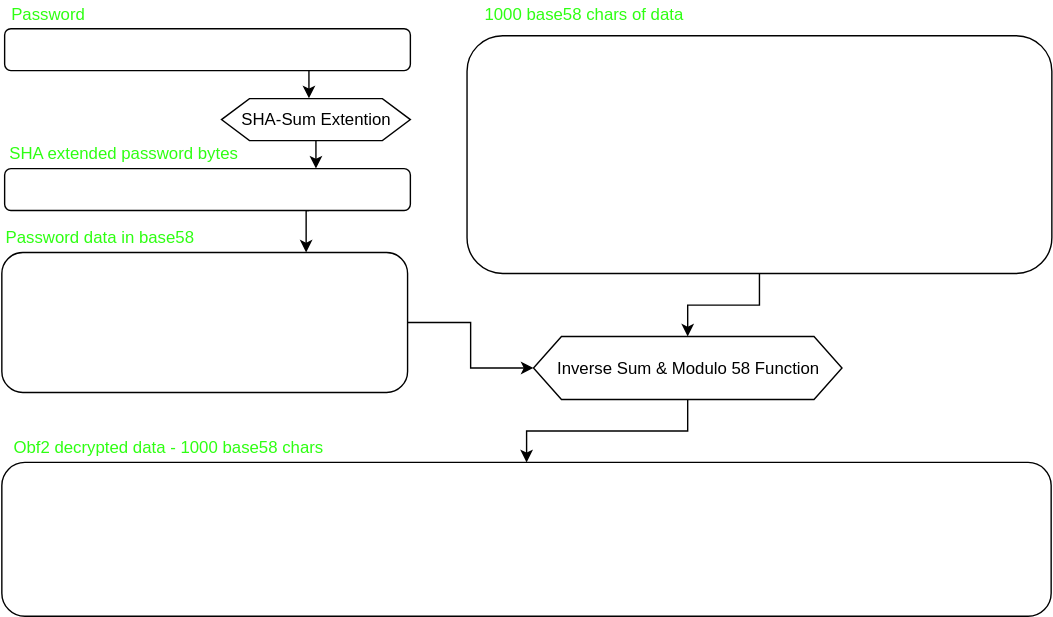
Earlier version of the draw.io export aes256cbc/obf_2_decrypt_flowchart.drawio.svg (lenron/trustnet). Source tidied: cells renumbered, new cells last; positions are measured from the earlier drawing's top-left corner, leaving out a move shared by most shapes. Source of this version:
```xml
<mxGraphModel>
  <root>
    <mxCell id="0" />
    <mxCell id="1" parent="0" />
    <mxCell id="2" style="rounded=1;whiteSpace=wrap;html=1;" parent="1" vertex="1">
      <mxGeometry x="1.5" y="20" width="290" height="30" as="geometry" />
    </mxCell>
    <mxCell id="3" value="&lt;font style=&quot;color: light-dark(rgb(46, 255, 18), rgb(46, 255, 18));&quot;&gt;Password&lt;/font&gt;" style="text;html=1;align=center;verticalAlign=middle;whiteSpace=wrap;rounded=0;" parent="1" vertex="1">
      <mxGeometry x="3.5" width="60" height="20" as="geometry" />
    </mxCell>
    <mxCell id="4" value="&lt;font style=&quot;color: light-dark(rgb(46, 255, 18), rgb(46, 255, 18));&quot;&gt;SHA extended password bytes&lt;/font&gt;" style="text;html=1;align=center;verticalAlign=middle;whiteSpace=wrap;rounded=0;" parent="1" vertex="1">
      <mxGeometry x="1.5" y="100" width="170" height="20" as="geometry" />
    </mxCell>
    <mxCell id="5" style="edgeStyle=orthogonalEdgeStyle;rounded=0;jettySize=auto;html=1;exitX=0.75;exitY=1;exitDx=0;exitDy=0;entryX=0.75;entryY=0;entryDx=0;entryDy=0;" parent="1" edge="1" source="6" target="15">
      <mxGeometry relative="1" as="geometry" />
    </mxCell>
    <mxCell id="6" style="rounded=1;whiteSpace=wrap;html=1;" parent="1" vertex="1">
      <mxGeometry x="1.5" y="120" width="290" height="30" as="geometry" />
    </mxCell>
    <mxCell id="7" value="SHA-Sum Extention" style="shape=hexagon;perimeter=hexagonPerimeter2;whiteSpace=wrap;html=1;fixedSize=1;" parent="1" vertex="1">
      <mxGeometry x="156.5" y="70" width="135" height="30" as="geometry" />
    </mxCell>
    <mxCell id="8" style="edgeStyle=orthogonalEdgeStyle;rounded=0;jettySize=auto;html=1;entryX=0.768;entryY=0.009;entryDx=0;entryDy=0;entryPerimeter=0;" parent="1" edge="1" source="7" target="6">
      <mxGeometry relative="1" as="geometry" />
    </mxCell>
    <mxCell id="9" style="edgeStyle=orthogonalEdgeStyle;rounded=0;jettySize=auto;html=1;" parent="1" edge="1" source="10" target="17">
      <mxGeometry relative="1" as="geometry" />
    </mxCell>
    <mxCell id="10" style="rounded=1;whiteSpace=wrap;html=1;" parent="1" vertex="1">
      <mxGeometry x="332" y="25" width="418" height="170" as="geometry" />
    </mxCell>
    <mxCell id="11" value="&lt;font style=&quot;color: light-dark(rgb(46, 255, 18), rgb(46, 255, 18));&quot;&gt;1000 base58 chars of data&lt;/font&gt;" style="text;html=1;align=center;verticalAlign=middle;whiteSpace=wrap;rounded=0;" parent="1" vertex="1">
      <mxGeometry x="341.5" width="148" height="20" as="geometry" />
    </mxCell>
    <mxCell id="12" style="edgeStyle=orthogonalEdgeStyle;rounded=0;jettySize=auto;html=1;exitX=0.75;exitY=1;exitDx=0;exitDy=0;entryX=0.463;entryY=-0.007;entryDx=0;entryDy=0;entryPerimeter=0;" parent="1" edge="1" source="2" target="7">
      <mxGeometry relative="1" as="geometry" />
    </mxCell>
    <mxCell id="13" value="&lt;font style=&quot;color: light-dark(rgb(46, 255, 18), rgb(46, 255, 18));&quot;&gt;Password data in base58&lt;/font&gt;" style="text;html=1;align=center;verticalAlign=middle;whiteSpace=wrap;rounded=0;" parent="1" vertex="1">
      <mxGeometry x="-0.5" y="160" width="140" height="20" as="geometry" />
    </mxCell>
    <mxCell id="14" style="edgeStyle=orthogonalEdgeStyle;rounded=0;jettySize=auto;html=1;entryX=0;entryY=0.5;entryDx=0;entryDy=0;" parent="1" edge="1" source="15" target="17">
      <mxGeometry relative="1" as="geometry" />
    </mxCell>
    <mxCell id="15" style="rounded=1;whiteSpace=wrap;html=1;" parent="1" vertex="1">
      <mxGeometry x="-0.5" y="180" width="290" height="100" as="geometry" />
    </mxCell>
    <mxCell id="16" style="edgeStyle=orthogonalEdgeStyle;rounded=0;jettySize=auto;html=1;" parent="1" edge="1" source="17" target="18">
      <mxGeometry relative="1" as="geometry" />
    </mxCell>
    <mxCell id="17" value="Inverse Sum &amp;amp; Modulo 58 Function" style="shape=hexagon;perimeter=hexagonPerimeter2;whiteSpace=wrap;html=1;fixedSize=1;" parent="1" vertex="1">
      <mxGeometry x="379.5" y="240" width="220.5" height="45" as="geometry" />
    </mxCell>
    <mxCell id="18" style="rounded=1;whiteSpace=wrap;html=1;" parent="1" vertex="1">
      <mxGeometry x="-0.5" y="330" width="750" height="110" as="geometry" />
    </mxCell>
    <mxCell id="19" value="&lt;font style=&quot;color: light-dark(rgb(46, 255, 18), rgb(46, 255, 18));&quot;&gt;Obf2 decrypted data - 1000 base58 chars&lt;/font&gt;" style="text;html=1;align=center;verticalAlign=middle;whiteSpace=wrap;rounded=0;" parent="1" vertex="1">
      <mxGeometry x="3.5" y="310" width="230" height="20" as="geometry" />
    </mxCell>
  </root>
</mxGraphModel>
```
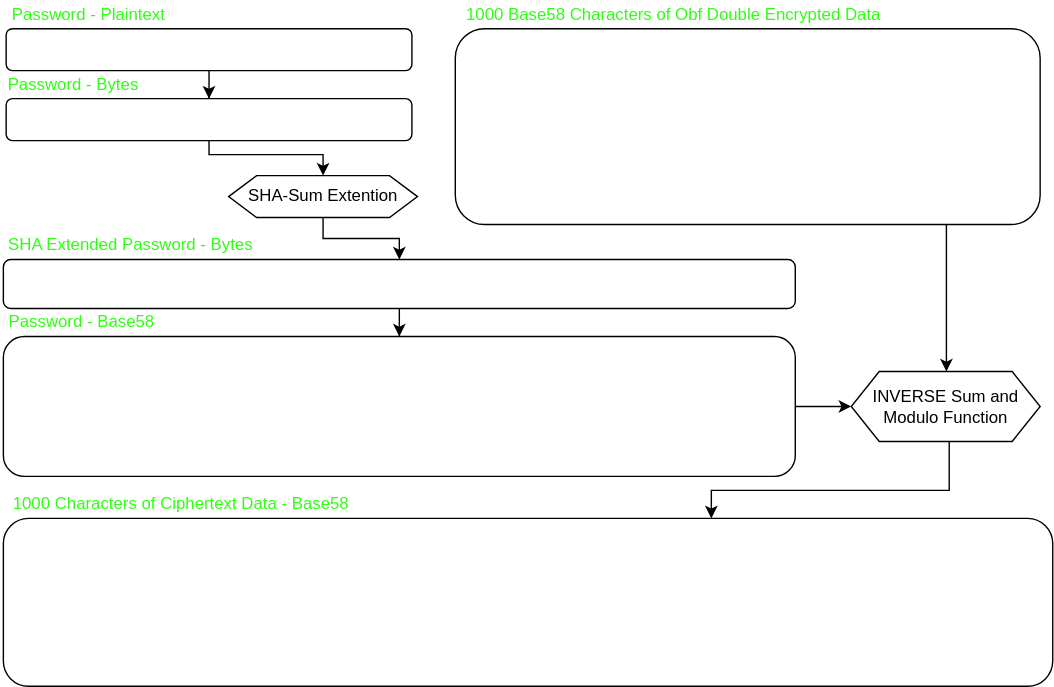
The same diagram one commit later.

Change to the diagram source:
```diff
@@ -2,59 +2,88 @@
   <root>
     <mxCell id="0" />
     <mxCell id="1" parent="0" />
-    <mxCell id="2" style="rounded=1;whiteSpace=wrap;html=1;" parent="1" vertex="1">
-      <mxGeometry x="1.5" y="20" width="290" height="30" as="geometry" />
-    </mxCell>
-    <mxCell id="3" value="&lt;font style=&quot;color: light-dark(rgb(46, 255, 18), rgb(46, 255, 18));&quot;&gt;Password&lt;/font&gt;" style="text;html=1;align=center;verticalAlign=middle;whiteSpace=wrap;rounded=0;" parent="1" vertex="1">
-      <mxGeometry x="3.5" width="60" height="20" as="geometry" />
-    </mxCell>
-    <mxCell id="4" value="&lt;font style=&quot;color: light-dark(rgb(46, 255, 18), rgb(46, 255, 18));&quot;&gt;SHA extended password bytes&lt;/font&gt;" style="text;html=1;align=center;verticalAlign=middle;whiteSpace=wrap;rounded=0;" parent="1" vertex="1">
-      <mxGeometry x="1.5" y="100" width="170" height="20" as="geometry" />
-    </mxCell>
-    <mxCell id="5" style="edgeStyle=orthogonalEdgeStyle;rounded=0;jettySize=auto;html=1;exitX=0.75;exitY=1;exitDx=0;exitDy=0;entryX=0.75;entryY=0;entryDx=0;entryDy=0;" parent="1" edge="1" source="6" target="15">
-      <mxGeometry relative="1" as="geometry" />
-    </mxCell>
-    <mxCell id="6" style="rounded=1;whiteSpace=wrap;html=1;" parent="1" vertex="1">
-      <mxGeometry x="1.5" y="120" width="290" height="30" as="geometry" />
-    </mxCell>
+    <mxCell id="20" style="edgeStyle=orthogonalEdgeStyle;rounded=0;jettySize=auto;html=1;entryX=0.5;entryY=0;entryDx=0;entryDy=0;" parent="1" edge="1" source="21" target="7">
+      <mxGeometry relative="1" as="geometry">
+        <Array as="points">
+          <mxPoint x="142.5" y="55" />
+          <mxPoint x="224.5" y="55" />
+        </Array>
+      </mxGeometry>
+    </mxCell>
+    <mxCell id="21" style="rounded=1;whiteSpace=wrap;html=1;" parent="1" vertex="1">
+      <mxGeometry x="-2.5" y="15" width="290" height="30" as="geometry" />
+    </mxCell>
+    <mxCell id="22" value="&lt;font style=&quot;color: light-dark(rgb(46, 255, 18), rgb(46, 255, 18));&quot;&gt;Password - Plaintext&lt;/font&gt;" style="text;html=1;align=center;verticalAlign=middle;whiteSpace=wrap;rounded=0;" parent="1" vertex="1">
+      <mxGeometry x="-2.5" y="-55" width="118" height="20" as="geometry" />
+    </mxCell>
+    <mxCell id="23" value="&lt;font style=&quot;color: light-dark(rgb(46, 255, 18), rgb(46, 255, 18));&quot;&gt;SHA Extended Password - Bytes&lt;/font&gt;" style="text;html=1;align=center;verticalAlign=middle;whiteSpace=wrap;rounded=0;" parent="1" vertex="1">
+      <mxGeometry x="-6.3" y="110" width="186" height="20" as="geometry" />
+    </mxCell>
+    <mxCell id="24" style="edgeStyle=orthogonalEdgeStyle;rounded=0;jettySize=auto;html=1;" parent="1" edge="1" source="7" target="39">
+      <mxGeometry relative="1" as="geometry">
+        <Array as="points">
+          <mxPoint x="224.5" y="115" />
+          <mxPoint x="278.5" y="115" />
+        </Array>
+      </mxGeometry>
+    </mxCell>
     <mxCell id="7" value="SHA-Sum Extention" style="shape=hexagon;perimeter=hexagonPerimeter2;whiteSpace=wrap;html=1;fixedSize=1;" parent="1" vertex="1">
       <mxGeometry x="156.5" y="70" width="135" height="30" as="geometry" />
     </mxCell>
-    <mxCell id="8" style="edgeStyle=orthogonalEdgeStyle;rounded=0;jettySize=auto;html=1;entryX=0.768;entryY=0.009;entryDx=0;entryDy=0;entryPerimeter=0;" parent="1" edge="1" source="7" target="6">
-      <mxGeometry relative="1" as="geometry" />
-    </mxCell>
-    <mxCell id="9" style="edgeStyle=orthogonalEdgeStyle;rounded=0;jettySize=auto;html=1;" parent="1" edge="1" source="10" target="17">
-      <mxGeometry relative="1" as="geometry" />
-    </mxCell>
-    <mxCell id="10" style="rounded=1;whiteSpace=wrap;html=1;" parent="1" vertex="1">
-      <mxGeometry x="332" y="25" width="418" height="170" as="geometry" />
-    </mxCell>
-    <mxCell id="11" value="&lt;font style=&quot;color: light-dark(rgb(46, 255, 18), rgb(46, 255, 18));&quot;&gt;1000 base58 chars of data&lt;/font&gt;" style="text;html=1;align=center;verticalAlign=middle;whiteSpace=wrap;rounded=0;" parent="1" vertex="1">
-      <mxGeometry x="341.5" width="148" height="20" as="geometry" />
-    </mxCell>
-    <mxCell id="12" style="edgeStyle=orthogonalEdgeStyle;rounded=0;jettySize=auto;html=1;exitX=0.75;exitY=1;exitDx=0;exitDy=0;entryX=0.463;entryY=-0.007;entryDx=0;entryDy=0;entryPerimeter=0;" parent="1" edge="1" source="2" target="7">
-      <mxGeometry relative="1" as="geometry" />
-    </mxCell>
-    <mxCell id="13" value="&lt;font style=&quot;color: light-dark(rgb(46, 255, 18), rgb(46, 255, 18));&quot;&gt;Password data in base58&lt;/font&gt;" style="text;html=1;align=center;verticalAlign=middle;whiteSpace=wrap;rounded=0;" parent="1" vertex="1">
-      <mxGeometry x="-0.5" y="160" width="140" height="20" as="geometry" />
-    </mxCell>
-    <mxCell id="14" style="edgeStyle=orthogonalEdgeStyle;rounded=0;jettySize=auto;html=1;entryX=0;entryY=0.5;entryDx=0;entryDy=0;" parent="1" edge="1" source="15" target="17">
-      <mxGeometry relative="1" as="geometry" />
-    </mxCell>
-    <mxCell id="15" style="rounded=1;whiteSpace=wrap;html=1;" parent="1" vertex="1">
-      <mxGeometry x="-0.5" y="180" width="290" height="100" as="geometry" />
-    </mxCell>
-    <mxCell id="16" style="edgeStyle=orthogonalEdgeStyle;rounded=0;jettySize=auto;html=1;" parent="1" edge="1" source="17" target="18">
-      <mxGeometry relative="1" as="geometry" />
-    </mxCell>
-    <mxCell id="17" value="Inverse Sum &amp;amp; Modulo 58 Function" style="shape=hexagon;perimeter=hexagonPerimeter2;whiteSpace=wrap;html=1;fixedSize=1;" parent="1" vertex="1">
-      <mxGeometry x="379.5" y="240" width="220.5" height="45" as="geometry" />
-    </mxCell>
-    <mxCell id="18" style="rounded=1;whiteSpace=wrap;html=1;" parent="1" vertex="1">
-      <mxGeometry x="-0.5" y="330" width="750" height="110" as="geometry" />
-    </mxCell>
-    <mxCell id="19" value="&lt;font style=&quot;color: light-dark(rgb(46, 255, 18), rgb(46, 255, 18));&quot;&gt;Obf2 decrypted data - 1000 base58 chars&lt;/font&gt;" style="text;html=1;align=center;verticalAlign=middle;whiteSpace=wrap;rounded=0;" parent="1" vertex="1">
-      <mxGeometry x="3.5" y="310" width="230" height="20" as="geometry" />
-    </mxCell>
+    <mxCell id="25" style="edgeStyle=orthogonalEdgeStyle;rounded=0;jettySize=auto;html=1;" parent="1" edge="1" source="26" target="32">
+      <mxGeometry relative="1" as="geometry">
+        <Array as="points">
+          <mxPoint x="669.5" y="175" />
+          <mxPoint x="669.5" y="175" />
+        </Array>
+      </mxGeometry>
+    </mxCell>
+    <mxCell id="26" style="rounded=1;whiteSpace=wrap;html=1;" parent="1" vertex="1">
+      <mxGeometry x="318.5" y="-35" width="418" height="140" as="geometry" />
+    </mxCell>
+    <mxCell id="27" value="&lt;font style=&quot;color: light-dark(rgb(46, 255, 18), rgb(46, 255, 18));&quot;&gt;1000 Base58 Characters of Obf Double Encrypted Data&lt;/font&gt;" style="text;html=1;align=center;verticalAlign=middle;whiteSpace=wrap;rounded=0;" parent="1" vertex="1">
+      <mxGeometry x="324" y="-55" width="301.5" height="20" as="geometry" />
+    </mxCell>
+    <mxCell id="28" value="&lt;font style=&quot;color: light-dark(rgb(46, 255, 18), rgb(46, 255, 18));&quot;&gt;Password - Base58&lt;/font&gt;" style="text;html=1;align=center;verticalAlign=middle;whiteSpace=wrap;rounded=0;" parent="1" vertex="1">
+      <mxGeometry x="-6.3" y="165" width="116" height="20" as="geometry" />
+    </mxCell>
+    <mxCell id="29" style="edgeStyle=orthogonalEdgeStyle;rounded=0;jettySize=auto;html=1;" parent="1" edge="1" source="30" target="32">
+      <mxGeometry relative="1" as="geometry" />
+    </mxCell>
+    <mxCell id="30" style="rounded=1;whiteSpace=wrap;html=1;" parent="1" vertex="1">
+      <mxGeometry x="-4.5" y="185" width="566" height="100" as="geometry" />
+    </mxCell>
+    <mxCell id="31" style="edgeStyle=orthogonalEdgeStyle;rounded=0;jettySize=auto;html=1;" parent="1" edge="1" source="32" target="33">
+      <mxGeometry relative="1" as="geometry">
+        <Array as="points">
+          <mxPoint x="671.5" y="295" />
+          <mxPoint x="501.5" y="295" />
+        </Array>
+      </mxGeometry>
+    </mxCell>
+    <mxCell id="32" value="&lt;font style=&quot;color: light-dark(rgb(0, 0, 0), rgb(255, 0, 0));&quot;&gt;INVERSE&lt;/font&gt; Sum and Modulo Function" style="shape=hexagon;perimeter=hexagonPerimeter2;whiteSpace=wrap;html=1;fixedSize=1;" parent="1" vertex="1">
+      <mxGeometry x="601.5" y="210" width="135" height="50" as="geometry" />
+    </mxCell>
+    <mxCell id="33" style="rounded=1;whiteSpace=wrap;html=1;" parent="1" vertex="1">
+      <mxGeometry x="-4.5" y="315" width="750" height="120" as="geometry" />
+    </mxCell>
+    <mxCell id="34" value="&lt;span&gt;&lt;font style=&quot;color: light-dark(rgb(46, 255, 18), rgb(46, 255, 18));&quot;&gt;1000 Characters of Ciphertext Data - Base58&lt;/font&gt;&lt;/span&gt;" style="text;html=1;align=center;verticalAlign=middle;whiteSpace=wrap;rounded=0;" parent="1" vertex="1">
+      <mxGeometry x="-0.5" y="295" width="246" height="20" as="geometry" />
+    </mxCell>
+    <mxCell id="35" style="edgeStyle=orthogonalEdgeStyle;rounded=0;jettySize=auto;html=1;entryX=0.5;entryY=0;entryDx=0;entryDy=0;" parent="1" edge="1" source="36" target="21">
+      <mxGeometry relative="1" as="geometry" />
+    </mxCell>
+    <mxCell id="36" style="rounded=1;whiteSpace=wrap;html=1;" parent="1" vertex="1">
+      <mxGeometry x="-2.5" y="-35" width="290" height="30" as="geometry" />
+    </mxCell>
+    <mxCell id="37" value="&lt;font style=&quot;color: light-dark(rgb(46, 255, 18), rgb(46, 255, 18));&quot;&gt;Password - Bytes&lt;/font&gt;" style="text;html=1;align=center;verticalAlign=middle;whiteSpace=wrap;rounded=0;" parent="1" vertex="1">
+      <mxGeometry x="-4.5" y="-5" width="100" height="20" as="geometry" />
+    </mxCell>
+    <mxCell id="38" style="edgeStyle=orthogonalEdgeStyle;rounded=0;jettySize=auto;html=1;" parent="1" edge="1" source="39" target="30">
+      <mxGeometry relative="1" as="geometry" />
+    </mxCell>
+    <mxCell id="39" style="rounded=1;whiteSpace=wrap;html=1;" parent="1" vertex="1">
+      <mxGeometry x="-4.5" y="130" width="566" height="35" as="geometry" />
+    </mxCell>
   </root>
 </mxGraphModel>
```
